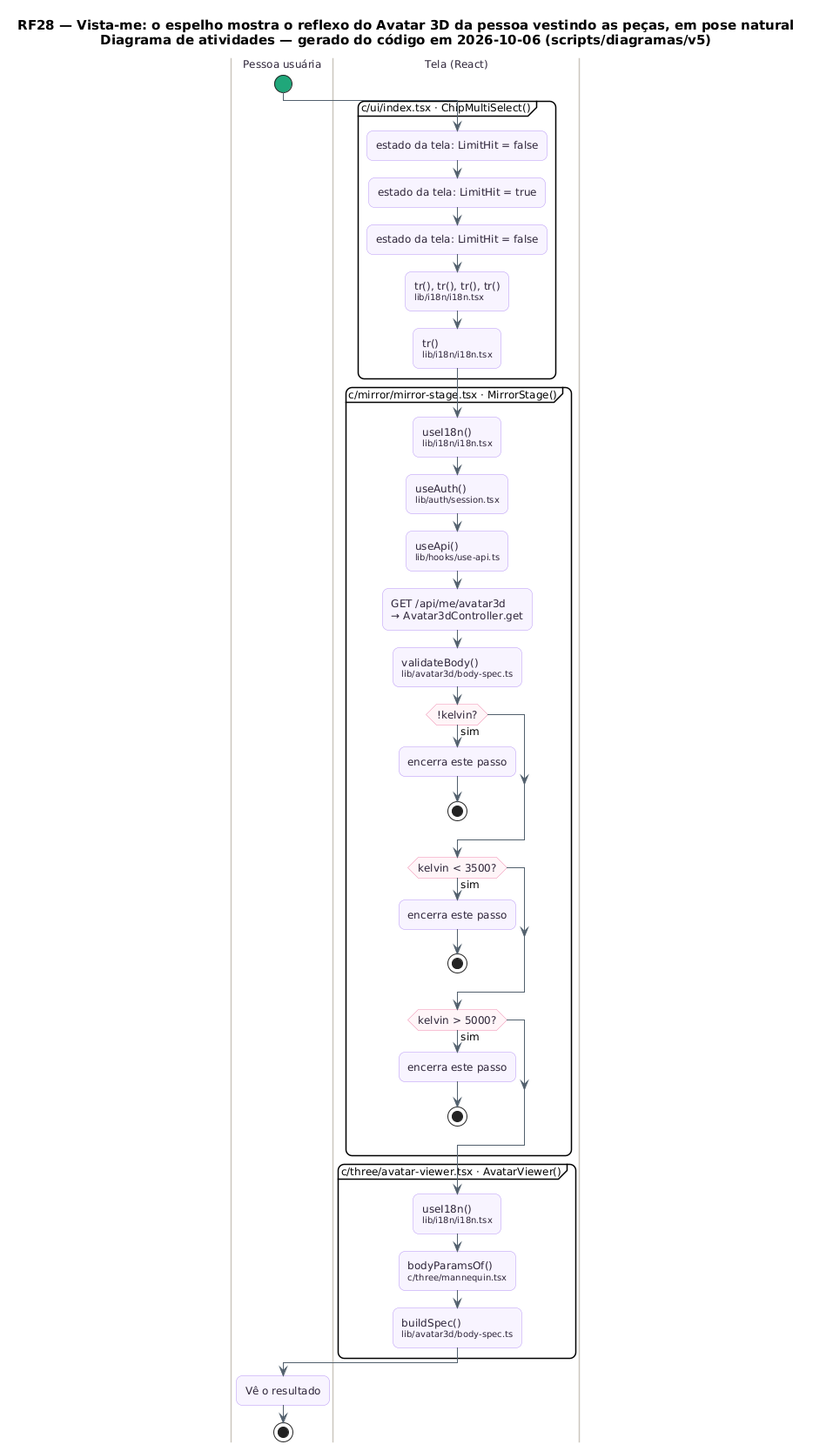
The PlantUML diagram docs/diagramas/RF28-espelho-vista-me/RF28_Espelho_Atividades.png in MatheusHaliski/tcc-2026-fashion-ai-backend, before a commit.
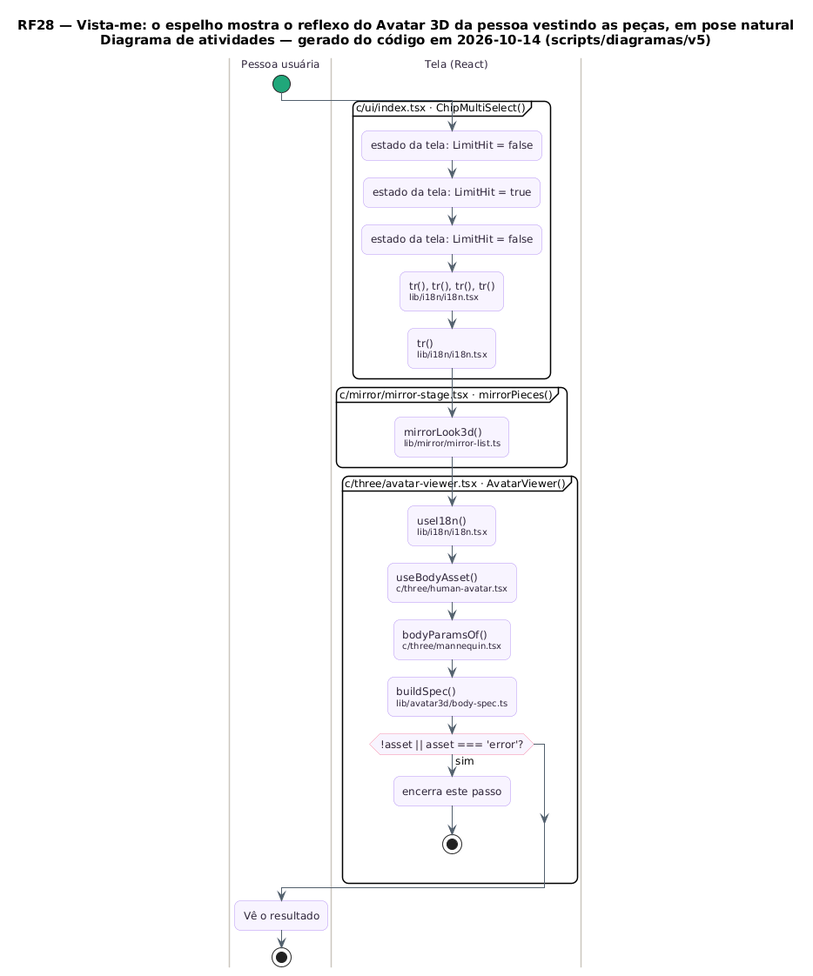
The same file after the commit.

Diff of the diagram source:
```diff
@@ -24,7 +24,7 @@
   BorderColor #CBC6BE
   TitleFontColor #2D2438
 }
-title RF28 — Vista-me: o espelho mostra o reflexo do Avatar 3D da pessoa vestindo as peças, em pose natural\nDiagrama de atividades — gerado do código em 2026-10-06 (scripts/diagramas/v5)
+title RF28 — Vista-me: o espelho mostra o reflexo do Avatar 3D da pessoa vestindo as peças, em pose natural\nDiagrama de atividades — gerado do código em 2026-10-14 (scripts/diagramas/v5)
 
 |Pessoa usuária|
 start
@@ -37,30 +37,19 @@
   :tr()\n<size:10>lib/i18n/i18n.tsx</size>;
 }
 |Tela (React)|
-partition "c/mirror/mirror-stage.tsx · MirrorStage()" {
-  :useI18n()\n<size:10>lib/i18n/i18n.tsx</size>;
-  :useAuth()\n<size:10>lib/auth/session.tsx</size>;
-  :useApi()\n<size:10>lib/hooks/use-api.ts</size>;
-  :GET /api/me/avatar3d\n→ Avatar3dController.get;
-  :validateBody()\n<size:10>lib/avatar3d/body-spec.ts</size>;
-  if (!kelvin?) then (sim)
-    :encerra este passo;
-    stop
-  endif
-  if (kelvin < 3500?) then (sim)
-    :encerra este passo;
-    stop
-  endif
-  if (kelvin > 5000?) then (sim)
-    :encerra este passo;
-    stop
-  endif
+partition "c/mirror/mirror-stage.tsx · mirrorPieces()" {
+  :mirrorLook3d()\n<size:10>lib/mirror/mirror-list.ts</size>;
 }
 |Tela (React)|
 partition "c/three/avatar-viewer.tsx · AvatarViewer()" {
   :useI18n()\n<size:10>lib/i18n/i18n.tsx</size>;
+  :useBodyAsset()\n<size:10>c/three/human-avatar.tsx</size>;
   :bodyParamsOf()\n<size:10>c/three/mannequin.tsx</size>;
   :buildSpec()\n<size:10>lib/avatar3d/body-spec.ts</size>;
+  if (!asset || asset === 'error'?) then (sim)
+    :encerra este passo;
+    stop
+  endif
 }
 |Pessoa usuária|
 :Vê o resultado;
```
